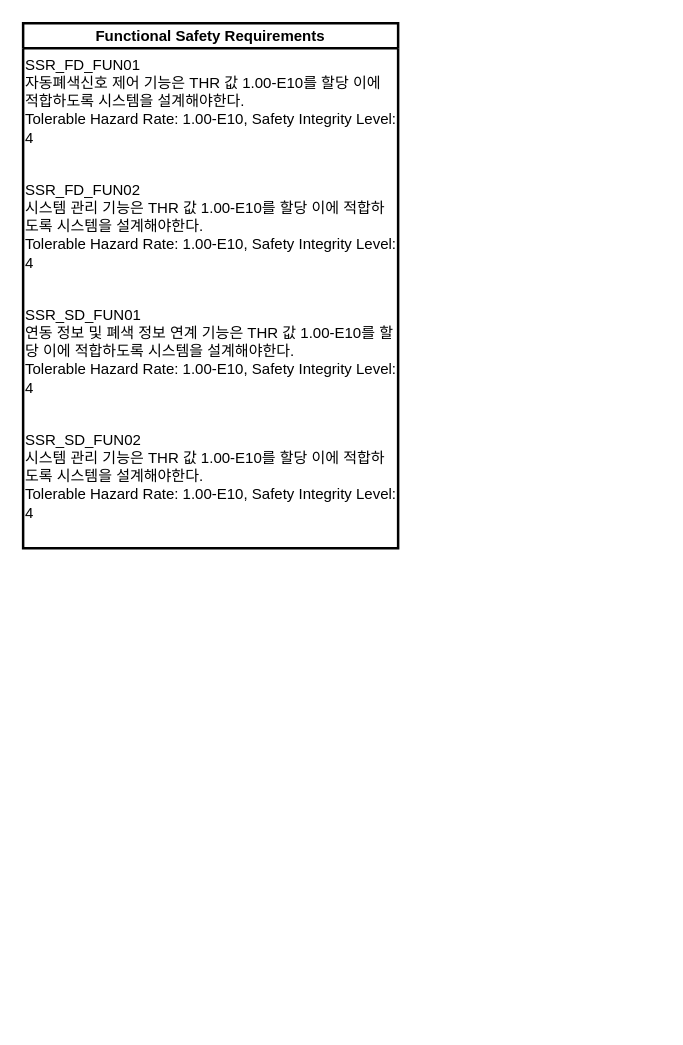
Before: page "Functional Safety Requirements" (2 of 6) of EABS_SIL4/FCPU/SRS_to_Block_Diagram00.drawio in chillin2/MyDraw.io, a draw.io diagram. Source tidied: cells renumbered, new cells numbered last; positions are measured from the earlier drawing's top-left corner, leaving out a move shared by most shapes. Both pictures are drawn from the tidied source at 125%, with x=0, y=0 at pixel (22, 22).
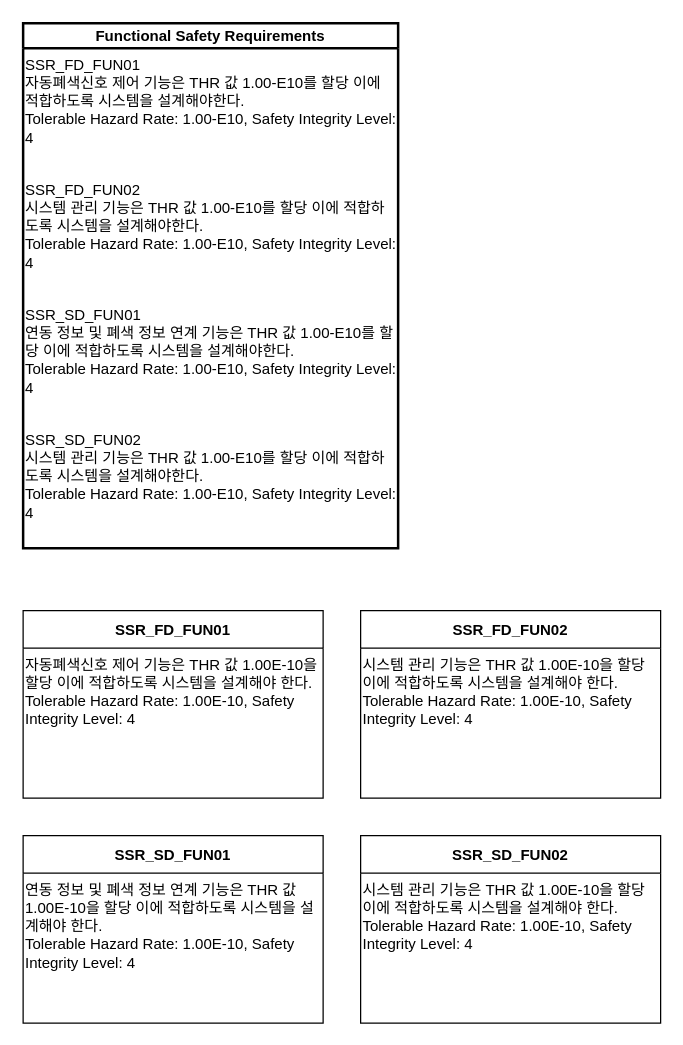
The same page after the edit.

The edit, as a diff of the source:
```diff
@@
 <mxGraphModel>
   <root>
     <mxCell id="0" />
     <mxCell id="1" parent="0" />
     <mxCell id="2" value="Functional Safety Requirements" style="swimlane;horizontal=1;startSize=20;strokeWidth=2;" parent="1" vertex="1">
       <mxGeometry width="300" height="420" as="geometry" />
     </mxCell>
     <mxCell id="3" value="SSR_FD_FUN01&#10;자동폐색신호 제어 기능은 THR 값 1.00-E10를 할당 이에 적합하도록 시스템을 설계해야한다.&#10;Tolerable Hazard Rate: 1.00-E10, Safety Integrity Level: 4" style="text;strokeColor=none;fillColor=none;whiteSpace=wrap;" parent="2" vertex="1">
       <mxGeometry y="20" width="300" height="100" as="geometry" />
     </mxCell>
     <mxCell id="4" value="SSR_FD_FUN02&#10;시스템 관리 기능은 THR 값 1.00-E10를 할당 이에 적합하도록 시스템을 설계해야한다.&#10;Tolerable Hazard Rate: 1.00-E10, Safety Integrity Level: 4" style="text;strokeColor=none;fillColor=none;whiteSpace=wrap;" parent="2" vertex="1">
       <mxGeometry y="120" width="300" height="100" as="geometry" />
     </mxCell>
     <mxCell id="5" value="SSR_SD_FUN01&#10;연동 정보 및 폐색 정보 연계 기능은 THR 값 1.00-E10를 할당 이에 적합하도록 시스템을 설계해야한다.&#10;Tolerable Hazard Rate: 1.00-E10, Safety Integrity Level: 4" style="text;strokeColor=none;fillColor=none;whiteSpace=wrap;" parent="2" vertex="1">
       <mxGeometry y="220" width="300" height="100" as="geometry" />
     </mxCell>
     <mxCell id="6" value="SSR_SD_FUN02&#10;시스템 관리 기능은 THR 값 1.00-E10를 할당 이에 적합하도록 시스템을 설계해야한다.&#10;Tolerable Hazard Rate: 1.00-E10, Safety Integrity Level: 4" style="text;strokeColor=none;fillColor=none;whiteSpace=wrap;" parent="2" vertex="1">
       <mxGeometry y="320" width="300" height="100" as="geometry" />
     </mxCell>
+    <mxCell id="7" value="SSR_FD_FUN01" style="swimlane;horizontal=1;startSize=30;" parent="1" vertex="1">
+      <mxGeometry y="470" width="240" height="150" as="geometry" />
+    </mxCell>
+    <mxCell id="8" value="자동폐색신호 제어 기능은 THR 값 1.00E-10을 할당 이에 적합하도록 시스템을 설계해야 한다.&#10;Tolerable Hazard Rate: 1.00E-10, Safety Integrity Level: 4" style="text;strokeColor=none;fillColor=none;whiteSpace=wrap;" parent="7" vertex="1">
+      <mxGeometry y="30" width="240" height="120" as="geometry" />
+    </mxCell>
+    <mxCell id="9" value="SSR_FD_FUN02" style="swimlane;horizontal=1;startSize=30;" parent="1" vertex="1">
+      <mxGeometry x="270" y="470" width="240" height="150" as="geometry" />
+    </mxCell>
+    <mxCell id="10" value="시스템 관리 기능은 THR 값 1.00E-10을 할당 이에 적합하도록 시스템을 설계해야 한다.&#10;Tolerable Hazard Rate: 1.00E-10, Safety Integrity Level: 4" style="text;strokeColor=none;fillColor=none;whiteSpace=wrap;" parent="9" vertex="1">
+      <mxGeometry y="30" width="240" height="120" as="geometry" />
+    </mxCell>
+    <mxCell id="11" value="SSR_SD_FUN01" style="swimlane;horizontal=1;startSize=30;" parent="1" vertex="1">
+      <mxGeometry y="650" width="240" height="150" as="geometry" />
+    </mxCell>
+    <mxCell id="12" value="연동 정보 및 폐색 정보 연계 기능은 THR 값 1.00E-10을 할당 이에 적합하도록 시스템을 설계해야 한다.&#10;Tolerable Hazard Rate: 1.00E-10, Safety Integrity Level: 4" style="text;strokeColor=none;fillColor=none;whiteSpace=wrap;" parent="11" vertex="1">
+      <mxGeometry y="30" width="240" height="120" as="geometry" />
+    </mxCell>
+    <mxCell id="13" value="SSR_SD_FUN02" style="swimlane;horizontal=1;startSize=30;" parent="1" vertex="1">
+      <mxGeometry x="270" y="650" width="240" height="150" as="geometry" />
+    </mxCell>
+    <mxCell id="14" value="시스템 관리 기능은 THR 값 1.00E-10을 할당 이에 적합하도록 시스템을 설계해야 한다.&#10;Tolerable Hazard Rate: 1.00E-10, Safety Integrity Level: 4" style="text;strokeColor=none;fillColor=none;whiteSpace=wrap;" parent="13" vertex="1">
+      <mxGeometry y="30" width="240" height="120" as="geometry" />
+    </mxCell>
   </root>
 </mxGraphModel>
```
